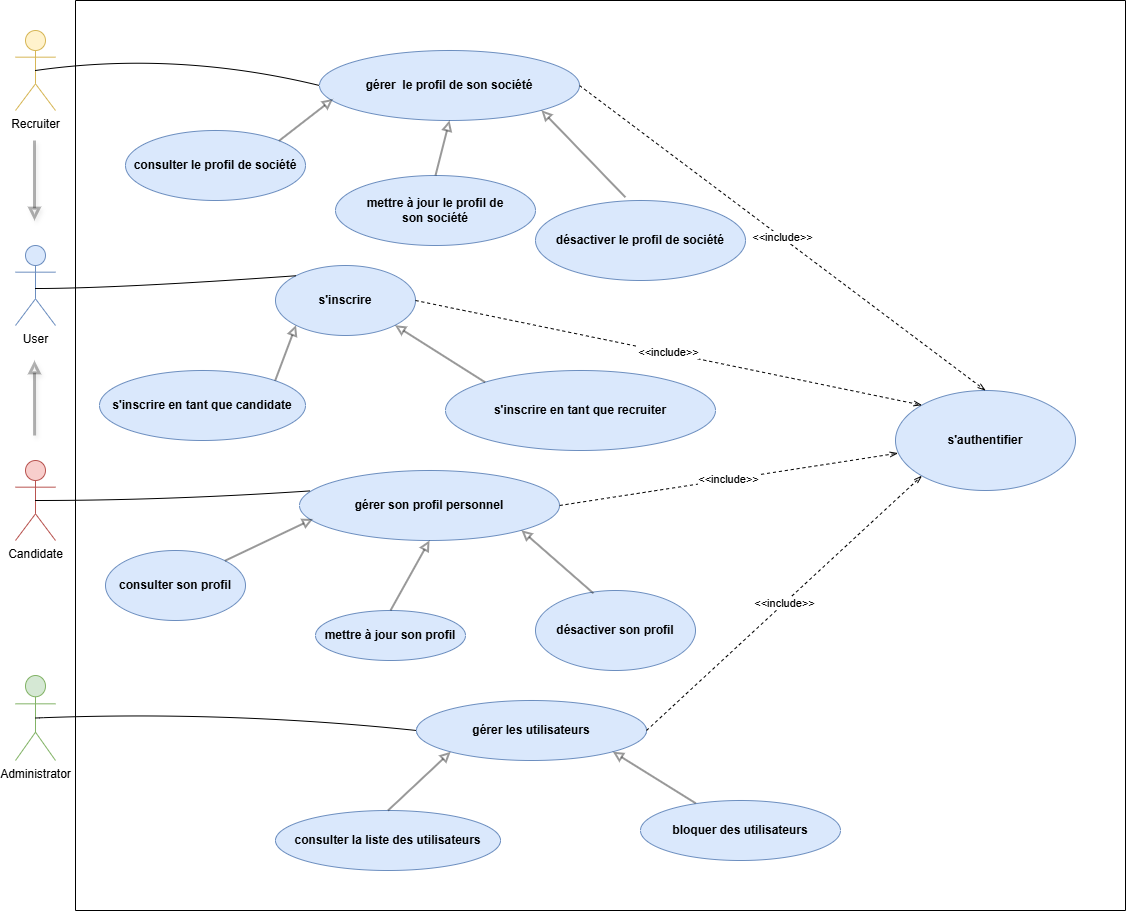
This is Diagramme cas_utilisa_sprint1.png from chirine1/-project, a draw.io export, as it was before one commit. Source tidied: cells renumbered, new cells last; positions are measured from the earlier drawing's top-left corner, leaving out a move shared by most shapes. The source it was exported from:
```xml
<mxGraphModel>
  <root>
    <mxCell id="0" />
    <mxCell id="1" parent="0" />
    <mxCell id="2" value="User" style="shape=umlActor;verticalLabelPosition=bottom;verticalAlign=top;html=1;fillColor=#dae8fc;strokeColor=#6c8ebf;" parent="1" vertex="1">
      <mxGeometry y="245" width="40" height="80" as="geometry" />
    </mxCell>
    <mxCell id="3" value="Recruiter" style="shape=umlActor;verticalLabelPosition=bottom;verticalAlign=top;html=1;outlineConnect=0;fillColor=#fff2cc;strokeColor=#d6b656;" parent="1" vertex="1">
      <mxGeometry y="30" width="40" height="80" as="geometry" />
    </mxCell>
    <mxCell id="4" value="Administrator" style="shape=umlActor;verticalLabelPosition=bottom;verticalAlign=top;html=1;outlineConnect=0;fillColor=#d5e8d4;strokeColor=#82b366;" parent="1" vertex="1">
      <mxGeometry y="675" width="40" height="85" as="geometry" />
    </mxCell>
    <mxCell id="5" value="Candidate" style="shape=umlActor;verticalLabelPosition=bottom;verticalAlign=top;html=1;outlineConnect=0;fillColor=#f8cecc;strokeColor=#b85450;" parent="1" vertex="1">
      <mxGeometry y="460" width="40" height="80" as="geometry" />
    </mxCell>
    <mxCell id="6" value="&lt;b&gt;s'inscrire&lt;/b&gt;" style="ellipse;whiteSpace=wrap;html=1;fillColor=#dae8fc;strokeColor=#6c8ebf;" parent="1" vertex="1">
      <mxGeometry x="260" y="265" width="140" height="70" as="geometry" />
    </mxCell>
    <mxCell id="7" value="&lt;b&gt;s'inscrire en tant que candidate&lt;/b&gt;" style="ellipse;whiteSpace=wrap;html=1;fillColor=#dae8fc;strokeColor=#6c8ebf;" parent="1" vertex="1">
      <mxGeometry x="84" y="370" width="206" height="70" as="geometry" />
    </mxCell>
    <mxCell id="8" value="&lt;b&gt;gérer&amp;nbsp; le profil de son société&lt;/b&gt;" style="ellipse;whiteSpace=wrap;html=1;fillColor=#dae8fc;strokeColor=#6c8ebf;" parent="1" vertex="1">
      <mxGeometry x="304" y="50" width="260" height="70" as="geometry" />
    </mxCell>
    <mxCell id="9" value="&lt;b&gt;s'inscrire en tant que recruiter&lt;/b&gt;" style="ellipse;whiteSpace=wrap;html=1;fillColor=#dae8fc;strokeColor=#6c8ebf;" parent="1" vertex="1">
      <mxGeometry x="430" y="370" width="270" height="80" as="geometry" />
    </mxCell>
    <mxCell id="10" value="&lt;b&gt;mettre à jour le profil de son&amp;nbsp;&lt;/b&gt;&lt;b&gt;société&lt;/b&gt;" style="ellipse;whiteSpace=wrap;html=1;fillColor=#dae8fc;strokeColor=#6c8ebf;" parent="1" vertex="1">
      <mxGeometry x="320" y="175" width="200" height="70" as="geometry" />
    </mxCell>
    <mxCell id="11" value="&lt;b&gt;s'authentifier&lt;/b&gt;" style="ellipse;whiteSpace=wrap;html=1;fillColor=#dae8fc;strokeColor=#6c8ebf;" parent="1" vertex="1">
      <mxGeometry x="880" y="390" width="180" height="100" as="geometry" />
    </mxCell>
    <mxCell id="12" value="&lt;b&gt;désactiver le profil de&amp;nbsp;&lt;/b&gt;&lt;b&gt;société&lt;/b&gt;" style="ellipse;whiteSpace=wrap;html=1;fillColor=#dae8fc;strokeColor=#6c8ebf;" parent="1" vertex="1">
      <mxGeometry x="520" y="200" width="210" height="80" as="geometry" />
    </mxCell>
    <mxCell id="13" value="&lt;b&gt;consulter le profil de&amp;nbsp;&lt;/b&gt;&lt;b&gt;société&lt;/b&gt;" style="ellipse;whiteSpace=wrap;html=1;fillColor=#dae8fc;strokeColor=#6c8ebf;" parent="1" vertex="1">
      <mxGeometry x="110" y="130" width="180" height="70" as="geometry" />
    </mxCell>
    <mxCell id="14" value="&lt;b&gt;gérer les utilisateurs&lt;/b&gt;" style="ellipse;whiteSpace=wrap;html=1;fillColor=#dae8fc;strokeColor=#6c8ebf;" parent="1" vertex="1">
      <mxGeometry x="401" y="700" width="230" height="60" as="geometry" />
    </mxCell>
    <mxCell id="15" value="&lt;b&gt;consulter la liste des utilisateurs&lt;/b&gt;" style="ellipse;whiteSpace=wrap;html=1;fillColor=#dae8fc;strokeColor=#6c8ebf;" parent="1" vertex="1">
      <mxGeometry x="260" y="810" width="225" height="60" as="geometry" />
    </mxCell>
    <mxCell id="16" value="&lt;b&gt;bloquer des utilisateurs&lt;/b&gt;" style="ellipse;whiteSpace=wrap;html=1;fillColor=#dae8fc;strokeColor=#6c8ebf;" parent="1" vertex="1">
      <mxGeometry x="625" y="800" width="200" height="60" as="geometry" />
    </mxCell>
    <mxCell id="17" style="endArrow=none;html=1;rounded=0;" parent="1" edge="1">
      <mxGeometry relative="1" as="geometry">
        <mxPoint x="60" y="910" as="sourcePoint" />
        <mxPoint x="60" as="targetPoint" />
      </mxGeometry>
    </mxCell>
    <mxCell id="18" style="endArrow=none;html=1;rounded=0;" parent="1" edge="1">
      <mxGeometry relative="1" as="geometry">
        <mxPoint x="1110" y="910" as="sourcePoint" />
        <mxPoint x="60" y="910" as="targetPoint" />
      </mxGeometry>
    </mxCell>
    <mxCell id="19" style="endArrow=none;html=1;rounded=0;" parent="1" edge="1">
      <mxGeometry relative="1" as="geometry">
        <mxPoint x="1110" y="910" as="sourcePoint" />
        <mxPoint x="1110" as="targetPoint" />
      </mxGeometry>
    </mxCell>
    <mxCell id="20" style="endArrow=none;html=1;rounded=0;" parent="1" edge="1">
      <mxGeometry relative="1" as="geometry">
        <mxPoint x="60" as="sourcePoint" />
        <mxPoint x="1110" as="targetPoint" />
      </mxGeometry>
    </mxCell>
    <mxCell id="21" style="curved=1;endArrow=none;html=1;rounded=0;exitX=0.5;exitY=0.5;exitDx=0;exitDy=0;exitPerimeter=0;entryX=0;entryY=0.5;entryDx=0;entryDy=0;endFill=0;" parent="1" edge="1" source="3" target="8">
      <mxGeometry relative="1" as="geometry">
        <Array as="points">
          <mxPoint x="160" y="50" />
        </Array>
      </mxGeometry>
    </mxCell>
    <mxCell id="22" style="curved=1;endArrow=none;html=1;rounded=0;exitX=0.5;exitY=0.5;exitDx=0;exitDy=0;exitPerimeter=0;entryX=0;entryY=0.5;entryDx=0;entryDy=0;endFill=0;" parent="1" edge="1" source="4" target="14">
      <mxGeometry relative="1" as="geometry">
        <Array as="points">
          <mxPoint x="210" y="710" />
        </Array>
      </mxGeometry>
    </mxCell>
    <mxCell id="23" style="endArrow=block;html=1;rounded=0;strokeWidth=2;endFill=0;jumpSize=6;opacity=40;fontSize=11;targetPerimeterSpacing=0;sourcePerimeterSpacing=0;jumpStyle=none;exitX=1;exitY=0;exitDx=0;exitDy=0;entryX=0;entryY=1;entryDx=0;entryDy=0;" parent="1" edge="1" source="7" target="6">
      <mxGeometry relative="1" as="geometry" />
    </mxCell>
    <mxCell id="24" style="endArrow=block;html=1;rounded=0;strokeWidth=2;endFill=0;jumpSize=6;opacity=40;fontSize=11;targetPerimeterSpacing=0;sourcePerimeterSpacing=0;jumpStyle=none;exitX=0;exitY=0;exitDx=0;exitDy=0;entryX=1;entryY=1;entryDx=0;entryDy=0;" parent="1" edge="1" source="9" target="6">
      <mxGeometry relative="1" as="geometry" />
    </mxCell>
    <mxCell id="25" style="endArrow=block;html=1;rounded=0;strokeWidth=2;endFill=0;jumpSize=6;opacity=40;fontSize=11;targetPerimeterSpacing=0;sourcePerimeterSpacing=0;jumpStyle=none;exitX=1;exitY=0;exitDx=0;exitDy=0;entryX=0.052;entryY=0.692;entryDx=0;entryDy=0;entryPerimeter=0;" parent="1" edge="1" source="13" target="8">
      <mxGeometry relative="1" as="geometry" />
    </mxCell>
    <mxCell id="26" style="endArrow=block;html=1;rounded=0;strokeWidth=2;endFill=0;jumpSize=6;opacity=40;fontSize=11;targetPerimeterSpacing=0;sourcePerimeterSpacing=0;jumpStyle=none;exitX=0.428;exitY=-0.04;exitDx=0;exitDy=0;exitPerimeter=0;entryX=1;entryY=1;entryDx=0;entryDy=0;" parent="1" edge="1" source="12" target="8">
      <mxGeometry relative="1" as="geometry" />
    </mxCell>
    <mxCell id="27" style="endArrow=block;html=1;rounded=0;strokeWidth=2;endFill=0;jumpSize=6;opacity=40;fontSize=11;targetPerimeterSpacing=0;sourcePerimeterSpacing=0;jumpStyle=none;exitX=0.5;exitY=0;exitDx=0;exitDy=0;entryX=0.5;entryY=1;entryDx=0;entryDy=0;" parent="1" edge="1" source="10" target="8">
      <mxGeometry relative="1" as="geometry" />
    </mxCell>
    <mxCell id="28" style="endArrow=block;html=1;rounded=0;strokeWidth=2;endFill=0;jumpSize=6;opacity=40;fontSize=11;targetPerimeterSpacing=0;sourcePerimeterSpacing=0;jumpStyle=none;exitX=0.276;exitY=0.046;exitDx=0;exitDy=0;exitPerimeter=0;entryX=1;entryY=1;entryDx=0;entryDy=0;" parent="1" edge="1" source="16" target="14">
      <mxGeometry relative="1" as="geometry" />
    </mxCell>
    <mxCell id="29" style="endArrow=block;html=1;rounded=0;strokeWidth=2;endFill=0;jumpSize=6;opacity=40;fontSize=11;targetPerimeterSpacing=0;sourcePerimeterSpacing=0;jumpStyle=none;exitX=0.5;exitY=0;exitDx=0;exitDy=0;entryX=0;entryY=1;entryDx=0;entryDy=0;" parent="1" edge="1" source="15" target="14">
      <mxGeometry relative="1" as="geometry" />
    </mxCell>
    <mxCell id="30" value="&amp;lt;&amp;lt;include&amp;gt;&amp;gt;" style="endArrow=openThin;endFill=0;html=1;rounded=0;entryX=0;entryY=1;entryDx=0;entryDy=0;exitX=1;exitY=0.5;exitDx=0;exitDy=0;dashed=1;" parent="1" edge="1" source="14" target="11">
      <mxGeometry relative="1" as="geometry" />
    </mxCell>
    <mxCell id="31" value="&amp;lt;&amp;lt;include&amp;gt;&amp;gt;" style="endArrow=openThin;endFill=0;html=1;rounded=0;entryX=0.5;entryY=0;entryDx=0;entryDy=0;exitX=1;exitY=0.5;exitDx=0;exitDy=0;dashed=1;" parent="1" edge="1" source="8" target="11">
      <mxGeometry relative="1" as="geometry" />
    </mxCell>
    <mxCell id="32" style="endArrow=block;html=1;rounded=0;endFill=0;strokeWidth=3;opacity=30;jumpSize=20;shadow=1;flowAnimation=0;" parent="1" edge="1">
      <mxGeometry relative="1" as="geometry">
        <mxPoint x="19" y="140" as="sourcePoint" />
        <mxPoint x="19" y="220" as="targetPoint" />
      </mxGeometry>
    </mxCell>
    <mxCell id="33" style="endArrow=block;html=1;rounded=0;endFill=0;strokeWidth=3;opacity=30;jumpSize=20;shadow=1;flowAnimation=0;" parent="1" edge="1">
      <mxGeometry relative="1" as="geometry">
        <mxPoint x="19.1" y="435" as="sourcePoint" />
        <mxPoint x="19" y="360" as="targetPoint" />
      </mxGeometry>
    </mxCell>
    <mxCell id="34" value="&lt;b&gt;gérer son profil personnel&lt;/b&gt;" style="ellipse;whiteSpace=wrap;html=1;fillColor=#dae8fc;strokeColor=#6c8ebf;" parent="1" vertex="1">
      <mxGeometry x="284" y="470" width="260" height="70" as="geometry" />
    </mxCell>
    <mxCell id="35" value="&lt;b&gt;mettre à jour son profil&lt;/b&gt;" style="ellipse;whiteSpace=wrap;html=1;fillColor=#dae8fc;strokeColor=#6c8ebf;" parent="1" vertex="1">
      <mxGeometry x="300" y="610" width="150" height="50" as="geometry" />
    </mxCell>
    <mxCell id="36" value="&lt;b&gt;désactiver son profil&lt;/b&gt;" style="ellipse;whiteSpace=wrap;html=1;fillColor=#dae8fc;strokeColor=#6c8ebf;" parent="1" vertex="1">
      <mxGeometry x="520" y="590" width="160" height="80" as="geometry" />
    </mxCell>
    <mxCell id="37" value="&lt;b&gt;consulter son profil&lt;/b&gt;" style="ellipse;whiteSpace=wrap;html=1;fillColor=#dae8fc;strokeColor=#6c8ebf;" parent="1" vertex="1">
      <mxGeometry x="90" y="550" width="140" height="70" as="geometry" />
    </mxCell>
    <mxCell id="38" style="endArrow=block;html=1;rounded=0;strokeWidth=2;endFill=0;jumpSize=6;opacity=40;fontSize=11;targetPerimeterSpacing=0;sourcePerimeterSpacing=0;jumpStyle=none;exitX=1;exitY=0;exitDx=0;exitDy=0;entryX=0.052;entryY=0.692;entryDx=0;entryDy=0;entryPerimeter=0;" parent="1" edge="1" source="37" target="34">
      <mxGeometry relative="1" as="geometry" />
    </mxCell>
    <mxCell id="39" style="endArrow=block;html=1;rounded=0;strokeWidth=2;endFill=0;jumpSize=6;opacity=40;fontSize=11;targetPerimeterSpacing=0;sourcePerimeterSpacing=0;jumpStyle=none;exitX=0.362;exitY=0.035;exitDx=0;exitDy=0;exitPerimeter=0;entryX=1;entryY=1;entryDx=0;entryDy=0;" parent="1" edge="1" source="36" target="34">
      <mxGeometry relative="1" as="geometry" />
    </mxCell>
    <mxCell id="40" style="endArrow=block;html=1;rounded=0;strokeWidth=2;endFill=0;jumpSize=6;opacity=40;fontSize=11;targetPerimeterSpacing=0;sourcePerimeterSpacing=0;jumpStyle=none;exitX=0.5;exitY=0;exitDx=0;exitDy=0;entryX=0.5;entryY=1;entryDx=0;entryDy=0;" parent="1" edge="1" source="35" target="34">
      <mxGeometry relative="1" as="geometry" />
    </mxCell>
    <mxCell id="41" value="&amp;lt;&amp;lt;include&amp;gt;&amp;gt;" style="endArrow=openThin;endFill=0;html=1;rounded=0;entryX=0.014;entryY=0.627;entryDx=0;entryDy=0;exitX=1;exitY=0.5;exitDx=0;exitDy=0;dashed=1;entryPerimeter=0;" parent="1" edge="1" source="34" target="11">
      <mxGeometry relative="1" as="geometry" />
    </mxCell>
    <mxCell id="42" style="curved=1;endArrow=none;html=1;rounded=0;exitX=0.5;exitY=0.5;exitDx=0;exitDy=0;exitPerimeter=0;entryX=0.039;entryY=0.292;entryDx=0;entryDy=0;endFill=0;entryPerimeter=0;" parent="1" edge="1" source="5" target="34">
      <mxGeometry relative="1" as="geometry">
        <Array as="points">
          <mxPoint x="150" y="500" />
        </Array>
      </mxGeometry>
    </mxCell>
    <mxCell id="43" style="curved=1;endArrow=none;html=1;rounded=0;entryX=0;entryY=0;entryDx=0;entryDy=0;endFill=0;" parent="1" edge="1" target="6">
      <mxGeometry relative="1" as="geometry">
        <mxPoint x="20" y="288" as="sourcePoint" />
        <Array as="points">
          <mxPoint x="100" y="288" />
        </Array>
      </mxGeometry>
    </mxCell>
    <mxCell id="44" value="&amp;lt;&amp;lt;include&amp;gt;&amp;gt;" style="endArrow=openThin;endFill=0;html=1;rounded=0;entryX=0;entryY=0;entryDx=0;entryDy=0;exitX=1;exitY=0.5;exitDx=0;exitDy=0;dashed=1;" parent="1" edge="1" source="6" target="11">
      <mxGeometry relative="1" as="geometry" />
    </mxCell>
  </root>
</mxGraphModel>
```
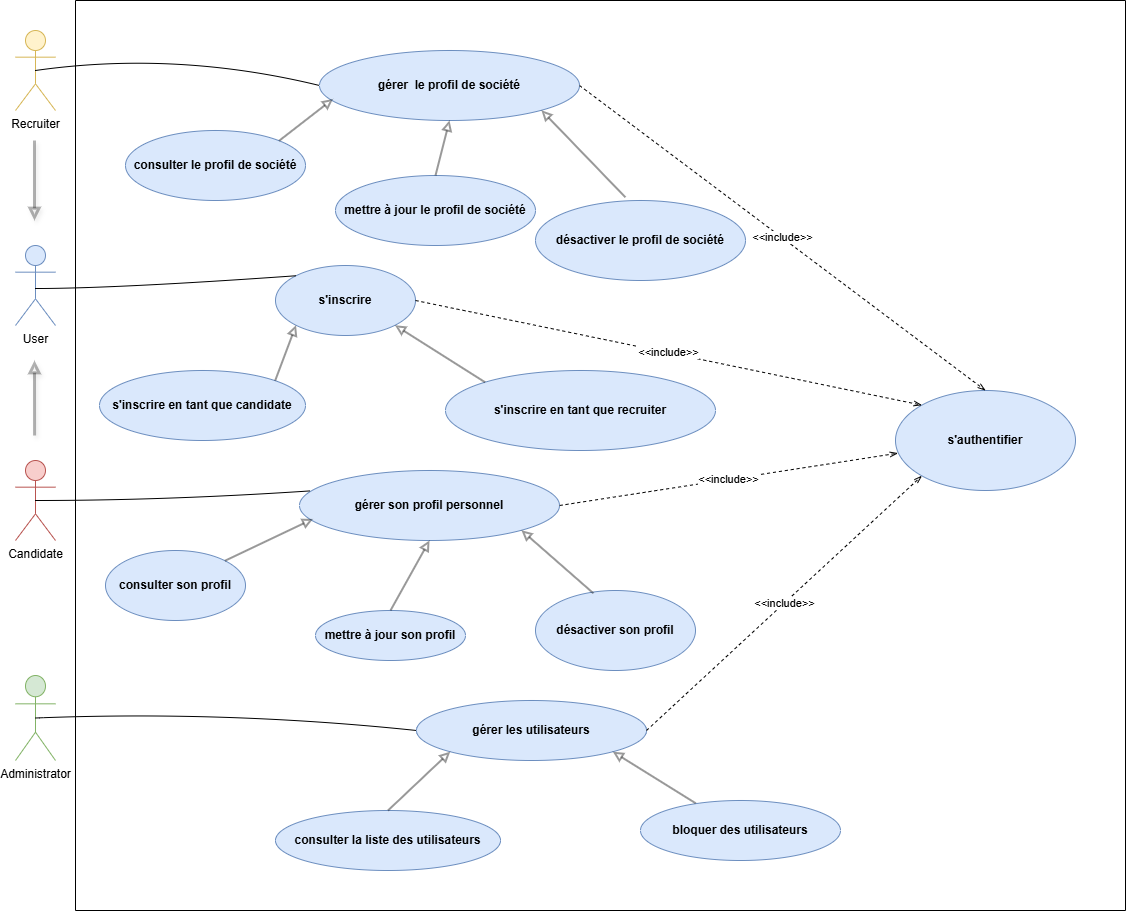
Above is the later version.

Commit message:
Mettre à jour Diagramme cas_utilisa_sprint1.png

What changed in the source:
```diff
@@ -20,13 +20,13 @@
     <mxCell id="7" value="&lt;b&gt;s'inscrire en tant que candidate&lt;/b&gt;" style="ellipse;whiteSpace=wrap;html=1;fillColor=#dae8fc;strokeColor=#6c8ebf;" parent="1" vertex="1">
       <mxGeometry x="84" y="370" width="206" height="70" as="geometry" />
     </mxCell>
-    <mxCell id="8" value="&lt;b&gt;gérer&amp;nbsp; le profil de son société&lt;/b&gt;" style="ellipse;whiteSpace=wrap;html=1;fillColor=#dae8fc;strokeColor=#6c8ebf;" parent="1" vertex="1">
+    <mxCell id="8" value="&lt;b&gt;gérer&amp;nbsp; le profil de société&lt;/b&gt;" style="ellipse;whiteSpace=wrap;html=1;fillColor=#dae8fc;strokeColor=#6c8ebf;" parent="1" vertex="1">
       <mxGeometry x="304" y="50" width="260" height="70" as="geometry" />
     </mxCell>
     <mxCell id="9" value="&lt;b&gt;s'inscrire en tant que recruiter&lt;/b&gt;" style="ellipse;whiteSpace=wrap;html=1;fillColor=#dae8fc;strokeColor=#6c8ebf;" parent="1" vertex="1">
       <mxGeometry x="430" y="370" width="270" height="80" as="geometry" />
     </mxCell>
-    <mxCell id="10" value="&lt;b&gt;mettre à jour le profil de son&amp;nbsp;&lt;/b&gt;&lt;b&gt;société&lt;/b&gt;" style="ellipse;whiteSpace=wrap;html=1;fillColor=#dae8fc;strokeColor=#6c8ebf;" parent="1" vertex="1">
+    <mxCell id="10" value="&lt;b&gt;mettre à jour le profil de&amp;nbsp;&lt;/b&gt;&lt;b&gt;société&lt;/b&gt;" style="ellipse;whiteSpace=wrap;html=1;fillColor=#dae8fc;strokeColor=#6c8ebf;" parent="1" vertex="1">
       <mxGeometry x="320" y="175" width="200" height="70" as="geometry" />
     </mxCell>
     <mxCell id="11" value="&lt;b&gt;s'authentifier&lt;/b&gt;" style="ellipse;whiteSpace=wrap;html=1;fillColor=#dae8fc;strokeColor=#6c8ebf;" parent="1" vertex="1">
```
